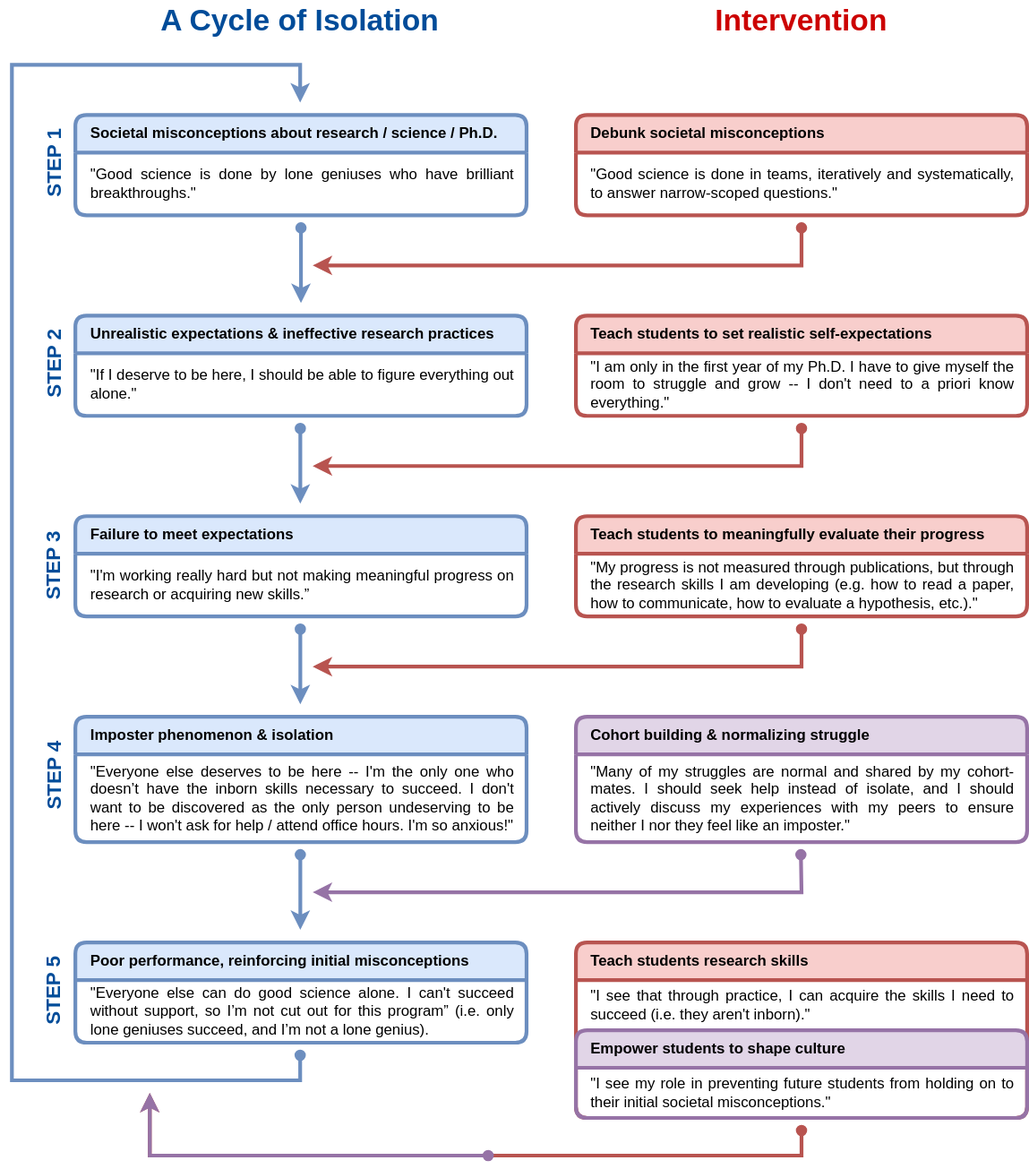
Earlier version of the draw.io export assets/cycle.svg (yanivyacoby/harvard-cs290-instructional-materials). Source tidied: cells renumbered, new cells last; positions are measured from the earlier drawing's top-left corner, leaving out a move shared by most shapes.
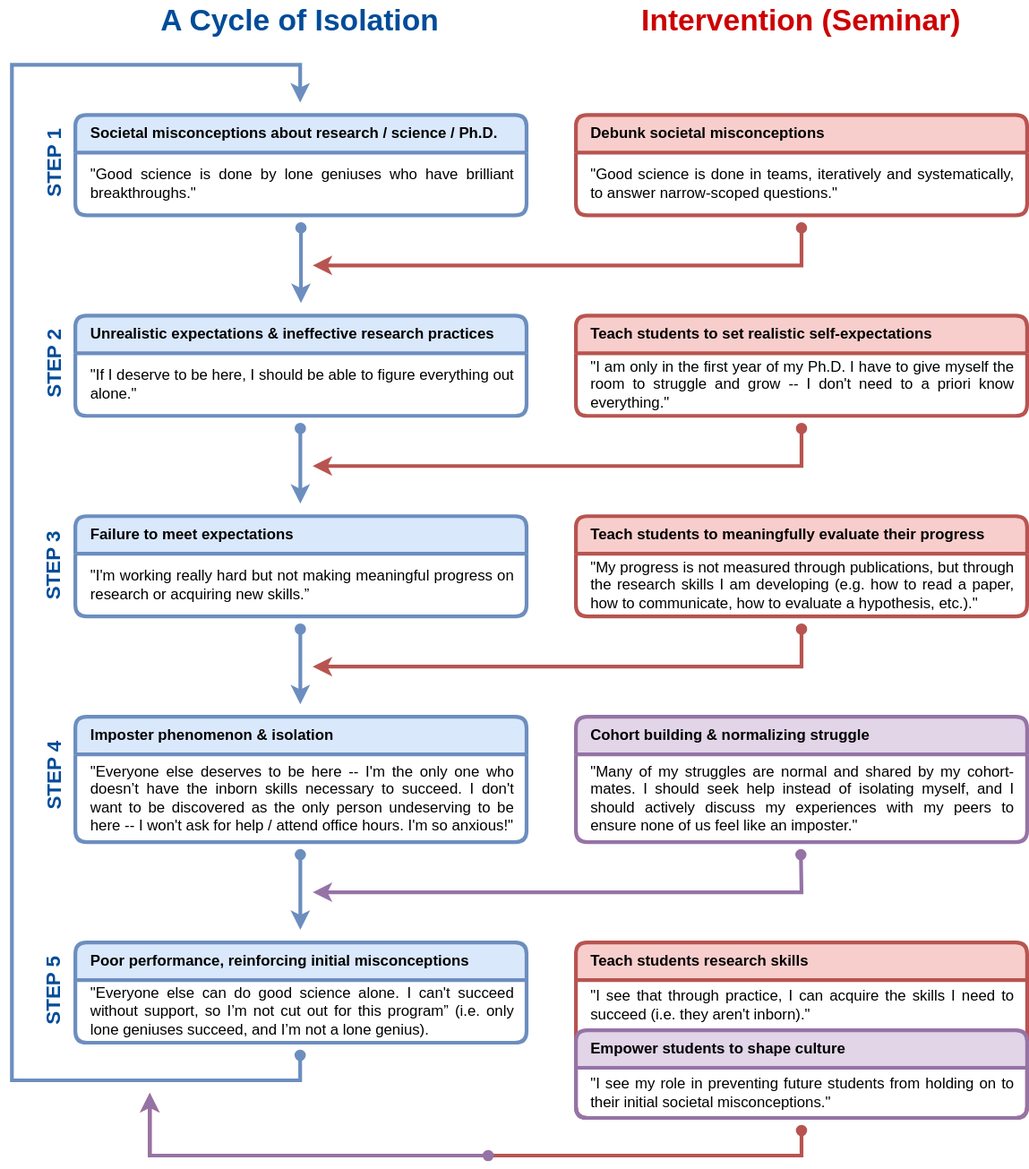
Above is the later version.

Change to the diagram source:
```diff
@@ -86,7 +86,7 @@
     <mxCell id="22" value="&lt;font size=&quot;1&quot; color=&quot;#004c99&quot;&gt;&lt;b style=&quot;font-size: 24px;&quot;&gt;A Cycle of Isolation&lt;/b&gt;&lt;/font&gt;" style="text;html=1;strokeColor=none;fillColor=none;align=center;verticalAlign=middle;whiteSpace=wrap;rounded=0;shadow=0;sketch=0;strokeWidth=3;fontSize=12;rotation=0;" parent="1" vertex="1">
       <mxGeometry x="70" width="360" height="30" as="geometry" />
     </mxCell>
-    <mxCell id="23" value="&lt;font color=&quot;#cc0000&quot; size=&quot;1&quot;&gt;&lt;b style=&quot;font-size: 24px;&quot;&gt;Intervention&lt;/b&gt;&lt;/font&gt;" style="text;html=1;strokeColor=none;fillColor=none;align=center;verticalAlign=middle;whiteSpace=wrap;rounded=0;shadow=0;sketch=0;strokeWidth=3;fontSize=12;rotation=0;" parent="1" vertex="1">
+    <mxCell id="23" value="&lt;font color=&quot;#cc0000&quot; size=&quot;1&quot;&gt;&lt;b style=&quot;font-size: 24px;&quot;&gt;Intervention (Seminar)&lt;/b&gt;&lt;/font&gt;" style="text;html=1;strokeColor=none;fillColor=none;align=center;verticalAlign=middle;whiteSpace=wrap;rounded=0;shadow=0;sketch=0;strokeWidth=3;fontSize=12;rotation=0;" parent="1" vertex="1">
       <mxGeometry x="470" width="360" height="30" as="geometry" />
     </mxCell>
     <mxCell id="24" value="&lt;b&gt;Debunk societal misconceptions&lt;/b&gt;" style="swimlane;fontStyle=0;horizontal=1;startSize=30;whiteSpace=wrap;html=1;fontSize=12;align=left;fillColor=#f8cecc;strokeColor=#b85450;rounded=1;strokeWidth=3;perimeterSpacing=0;sketch=0;shadow=0;arcSize=10;spacingLeft=10;spacingRight=10;" parent="1" vertex="1">
@@ -110,7 +110,7 @@
     <mxCell id="30" value="&lt;b&gt;Cohort building &amp;amp; normalizing struggle&lt;/b&gt;" style="swimlane;fontStyle=0;horizontal=1;startSize=30;whiteSpace=wrap;html=1;fontSize=12;align=left;fillColor=#e1d5e7;strokeColor=#9673a6;rounded=1;strokeWidth=3;perimeterSpacing=0;sketch=0;shadow=0;arcSize=10;spacingLeft=10;spacingRight=10;" parent="1" vertex="1">
       <mxGeometry x="470" y="570" width="360" height="100" as="geometry" />
     </mxCell>
-    <mxCell id="31" value="&lt;div style=&quot;text-align: justify;&quot;&gt;&lt;span style=&quot;background-color: initial;&quot;&gt;&quot;Many of my struggles are normal and shared by my cohort-mates. I should seek help instead of isolate, and I should actively discuss my experiences with my peers to ensure neither I nor they feel like an imposter.&quot;&lt;/span&gt;&lt;/div&gt;" style="text;strokeColor=none;fillColor=none;align=left;verticalAlign=middle;spacingLeft=10;spacingRight=10;overflow=hidden;whiteSpace=wrap;html=1;fontSize=12;" parent="30" vertex="1">
+    <mxCell id="31" value="&lt;div style=&quot;text-align: justify;&quot;&gt;&lt;span style=&quot;background-color: initial;&quot;&gt;&quot;Many of my struggles are normal and shared by my cohort-mates. I should seek help instead of isolating myself, and I should actively discuss my experiences with my peers to ensure none of us feel like an imposter.&quot;&lt;/span&gt;&lt;/div&gt;" style="text;strokeColor=none;fillColor=none;align=left;verticalAlign=middle;spacingLeft=10;spacingRight=10;overflow=hidden;whiteSpace=wrap;html=1;fontSize=12;" parent="30" vertex="1">
       <mxGeometry y="30" width="360" height="70" as="geometry" />
     </mxCell>
     <mxCell id="32" value="&lt;b style=&quot;font-size: 12px;&quot;&gt;Teach students research skills&lt;/b&gt;" style="swimlane;fontStyle=0;horizontal=1;startSize=30;whiteSpace=wrap;html=1;fontSize=12;align=left;fillColor=#f8cecc;strokeColor=#b85450;rounded=1;strokeWidth=3;perimeterSpacing=0;sketch=0;shadow=0;arcSize=10;spacingLeft=10;spacingRight=10;" parent="1" vertex="1">
```
